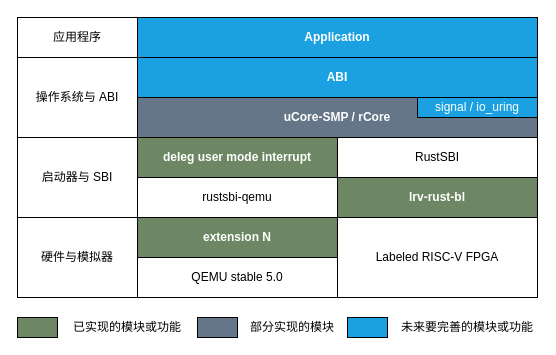
The draw.io diagram docs/src/assets/proj.drawio in oscomp/2021oscomp-best-kernel-design-impl, before the edit. Source tidied: cells renumbered, new cells numbered last; positions are measured from the earlier drawing's top-left corner, leaving out a move shared by most shapes. Both pictures are drawn from the tidied source at 100%, with x=0, y=0 at pixel (17, 17).
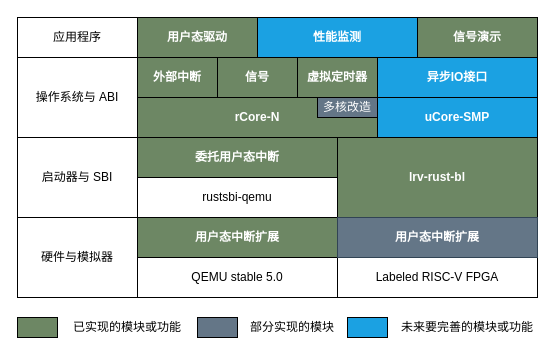
Above is the later version.

Commit message (it also covers changes not shown here):
加入一些图片

Diff of the diagram source:
```diff
@@
-    <mxCell id="2" value="extension N" style="rounded=0;whiteSpace=wrap;html=1;fillColor=#6d8764;fontColor=#ffffff;fontStyle=1;" parent="1" vertex="1">
+    <mxCell id="2" value="用户态中断扩展" style="rounded=0;whiteSpace=wrap;html=1;fillColor=#6d8764;fontColor=#ffffff;fontStyle=1;" parent="1" vertex="1">
       <mxGeometry x="120" y="200" width="200" height="40" as="geometry" />
     </mxCell>
-    <mxCell id="3" value="ABI" style="rounded=0;whiteSpace=wrap;html=1;fillColor=#1ba1e2;fontColor=#ffffff;fontStyle=1;" parent="1" vertex="1">
-      <mxGeometry x="120" y="40" width="400" height="40" as="geometry" />
+    <mxCell id="3" value="信号" style="rounded=0;whiteSpace=wrap;html=1;fillColor=#6d8764;fontColor=#ffffff;fontStyle=1;" parent="1" vertex="1">
+      <mxGeometry x="200" y="40" width="80" height="40" as="geometry" />
     </mxCell>
@@
     <mxCell id="5" value="Labeled RISC-V FPGA" style="rounded=0;whiteSpace=wrap;html=1;" parent="1" vertex="1">
-      <mxGeometry x="320" y="200" width="200" height="80" as="geometry" />
+      <mxGeometry x="320" y="240" width="200" height="40" as="geometry" />
     </mxCell>
     <mxCell id="6" value="lrv-rust-bl" style="rounded=0;whiteSpace=wrap;html=1;fillColor=#6d8764;fontColor=#ffffff;fontStyle=1;" parent="1" vertex="1">
-      <mxGeometry x="320" y="160" width="200" height="40" as="geometry" />
+      <mxGeometry x="320" y="120" width="200" height="80" as="geometry" />
     </mxCell>
@@
-    <mxCell id="8" value="RustSBI" style="rounded=0;whiteSpace=wrap;html=1;" parent="1" vertex="1">
-      <mxGeometry x="320" y="120" width="200" height="40" as="geometry" />
-    </mxCell>
-    <mxCell id="9" value="uCore-SMP / rCore" style="rounded=0;whiteSpace=wrap;html=1;fillColor=#647687;fontColor=#ffffff;fontStyle=1;" parent="1" vertex="1">
-      <mxGeometry x="120" y="80" width="400" height="40" as="geometry" />
+    <mxCell id="9" value="uCore-SMP" style="rounded=0;whiteSpace=wrap;html=1;fillColor=#1ba1e2;fontColor=#ffffff;fontStyle=1;" parent="1" vertex="1">
+      <mxGeometry x="360" y="80" width="160" height="40" as="geometry" />
     </mxCell>
-    <mxCell id="10" value="Application" style="rounded=0;whiteSpace=wrap;html=1;fillColor=#1ba1e2;fontColor=#ffffff;fontStyle=1;" parent="1" vertex="1">
-      <mxGeometry x="120" width="400" height="40" as="geometry" />
+    <mxCell id="10" value="性能监测" style="rounded=0;whiteSpace=wrap;html=1;fillColor=#1ba1e2;fontStyle=1;fontColor=#ffffff;" parent="1" vertex="1">
+      <mxGeometry x="240" width="160" height="40" as="geometry" />
     </mxCell>
@@
-    <mxCell id="12" style="endArrow=none;html=1;entryX=1;entryY=0;entryDx=0;entryDy=0;exitX=1;exitY=0;exitDx=0;exitDy=0;" parent="1" edge="1" source="8" target="3">
-      <mxGeometry relative="1" as="geometry" />
-    </mxCell>
-    <mxCell id="13" value="signal / io_uring" style="rounded=0;whiteSpace=wrap;html=1;fillColor=#1ba1e2;fontColor=#ffffff;" parent="1" vertex="1">
-      <mxGeometry x="400" y="80" width="120" height="20" as="geometry" />
-    </mxCell>
@@
-    <mxCell id="18" value="deleg user mode interrupt" style="rounded=0;whiteSpace=wrap;html=1;fillColor=#6d8764;fontColor=#ffffff;fontStyle=1;" parent="1" vertex="1">
+    <mxCell id="18" value="委托用户态中断" style="rounded=0;whiteSpace=wrap;html=1;fillColor=#6d8764;fontColor=#ffffff;fontStyle=1;" parent="1" vertex="1">
       <mxGeometry x="120" y="120" width="200" height="40" as="geometry" />
     </mxCell>
@@
+    <mxCell id="25" value="用户态中断扩展" style="rounded=0;whiteSpace=wrap;html=1;fillColor=#647687;fontColor=#ffffff;fontStyle=1;strokeColor=#314354;" parent="1" vertex="1">
+      <mxGeometry x="320" y="200" width="200" height="40" as="geometry" />
+    </mxCell>
+    <mxCell id="26" value="外部中断" style="rounded=0;whiteSpace=wrap;html=1;fillColor=#6d8764;fontColor=#ffffff;fontStyle=1;" parent="1" vertex="1">
+      <mxGeometry x="120" y="40" width="80" height="40" as="geometry" />
+    </mxCell>
+    <mxCell id="27" value="rCore-N" style="rounded=0;whiteSpace=wrap;html=1;fillColor=#6d8764;fontColor=#ffffff;fontStyle=1;" parent="1" vertex="1">
+      <mxGeometry x="120" y="80" width="240" height="40" as="geometry" />
+    </mxCell>
+    <mxCell id="13" value="多核改造" style="rounded=0;whiteSpace=wrap;html=1;fillColor=#647687;fontColor=#ffffff;" parent="1" vertex="1">
+      <mxGeometry x="300" y="80" width="60" height="20" as="geometry" />
+    </mxCell>
+    <mxCell id="28" value="虚拟定时器" style="rounded=0;whiteSpace=wrap;html=1;fillColor=#6d8764;fontColor=#ffffff;fontStyle=1;" parent="1" vertex="1">
+      <mxGeometry x="280" y="40" width="80" height="40" as="geometry" />
+    </mxCell>
+    <mxCell id="29" value="异步IO接口" style="rounded=0;whiteSpace=wrap;html=1;fillColor=#1ba1e2;fontStyle=1;fontColor=#ffffff;" parent="1" vertex="1">
+      <mxGeometry x="360" y="40" width="160" height="40" as="geometry" />
+    </mxCell>
+    <mxCell id="30" value="用户态驱动" style="rounded=0;whiteSpace=wrap;html=1;fillColor=#6d8764;fontColor=#ffffff;fontStyle=1;" parent="1" vertex="1">
+      <mxGeometry x="120" width="120" height="40" as="geometry" />
+    </mxCell>
+    <mxCell id="31" value="信号演示" style="rounded=0;whiteSpace=wrap;html=1;fillColor=#6d8764;fontColor=#ffffff;fontStyle=1;" parent="1" vertex="1">
+      <mxGeometry x="400" width="120" height="40" as="geometry" />
+    </mxCell>
```
